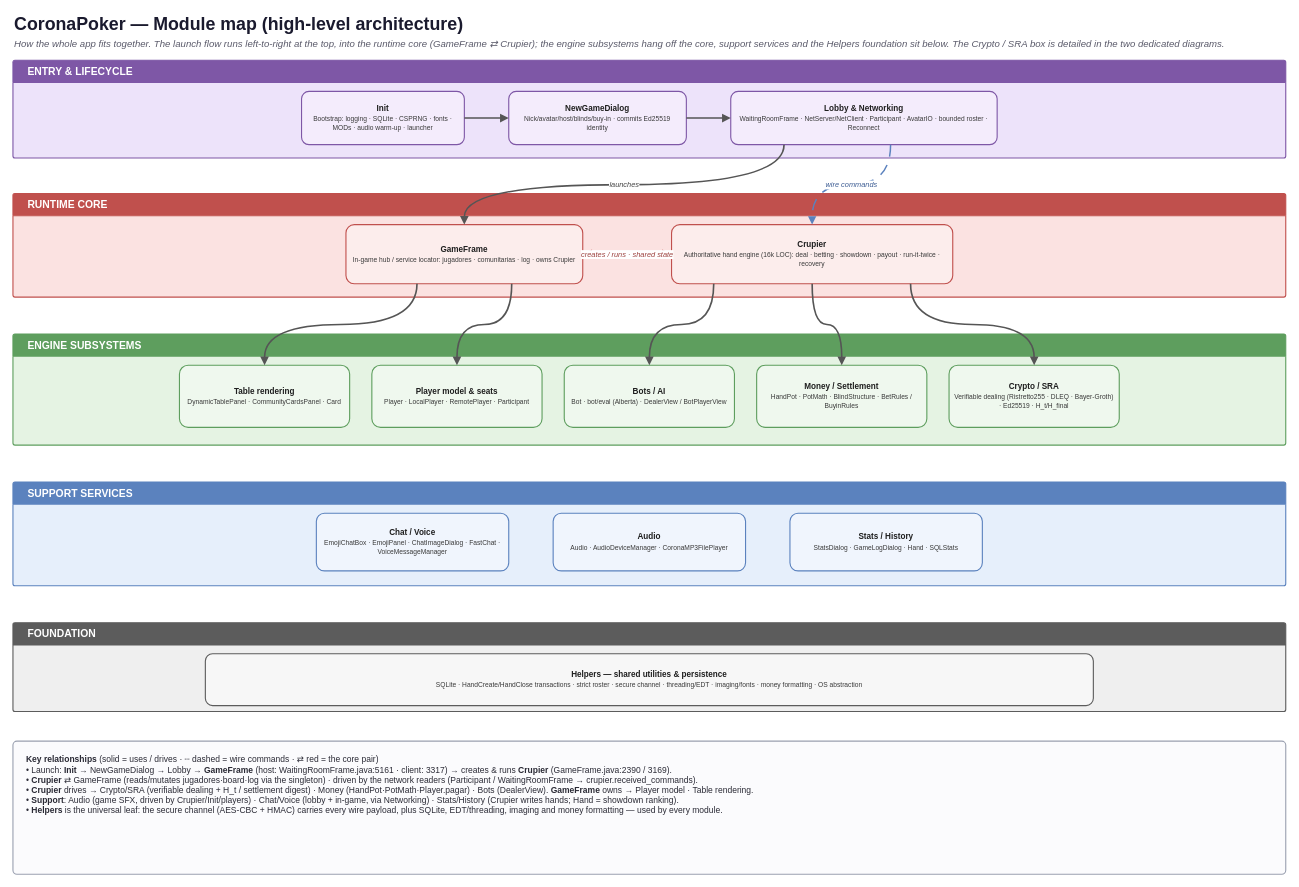
Earlier version of the draw.io diagram docs/diagrams/coronapoker-module-map.drawio (tonikelope/coronapoker). Source tidied: cells renumbered, new cells numbered last; positions are measured from the earlier drawing's top-left corner, leaving out a move shared by most shapes. Both pictures are drawn from the tidied source at 74%, with x=0, y=0 at pixel (13, 13).
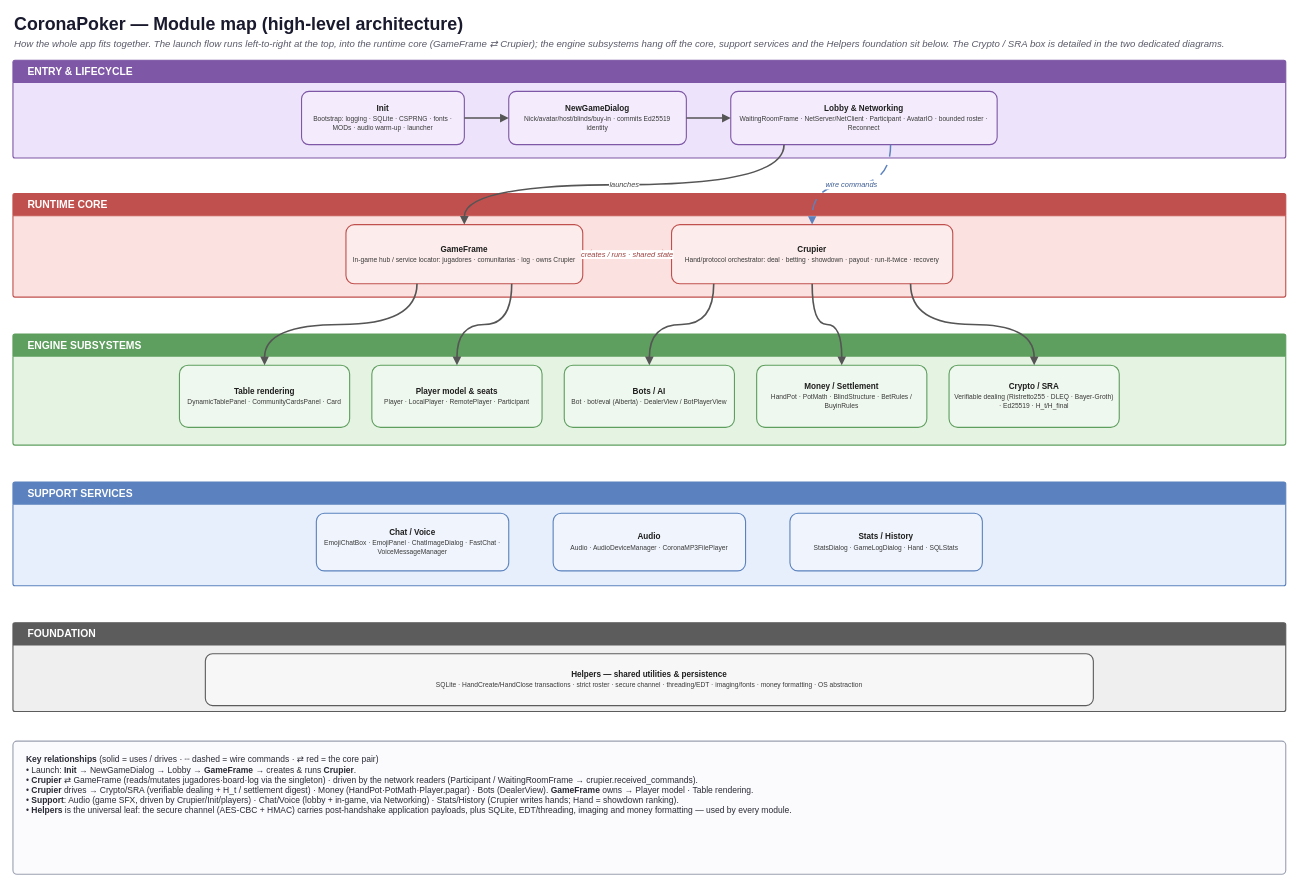
The same diagram, later.

The edit, as a diff of the source:
```diff
@@
-    <mxCell id="13" value="&lt;b&gt;Crupier&lt;/b&gt;&lt;br&gt;&lt;span style=&quot;font-size:9px;color:#3a3a3a&quot;&gt;Authoritative hand engine (16k LOC): deal · betting · showdown · payout · run-it-twice · recovery&lt;/span&gt;" style="rounded=1;arcSize=14;whiteSpace=wrap;html=1;fillColor=#FCEDEC;strokeColor=#C0504D;strokeWidth=1.5;fontColor=#1f1f1f;fontSize=11;verticalAlign=middle;align=center;spacingLeft=6;spacingRight=6;" parent="1" vertex="1">
+    <mxCell id="13" value="&lt;b&gt;Crupier&lt;/b&gt;&lt;br&gt;&lt;span style=&quot;font-size:9px;color:#3a3a3a&quot;&gt;Hand/protocol orchestrator: deal · betting · showdown · payout · run-it-twice · recovery&lt;/span&gt;" style="rounded=1;arcSize=14;whiteSpace=wrap;html=1;fillColor=#FCEDEC;strokeColor=#C0504D;strokeWidth=1.5;fontColor=#1f1f1f;fontSize=11;verticalAlign=middle;align=center;spacingLeft=6;spacingRight=6;" parent="1" vertex="1">
       <mxGeometry x="890" y="286" width="380" height="80" as="geometry" />
     </mxCell>
@@
-    <mxCell id="33" value="&lt;b&gt;Key relationships&lt;/b&gt;  (solid = uses / drives · ┄ dashed = wire commands · ⇄ red = the core pair)&lt;br&gt;• Launch: &lt;b&gt;Init&lt;/b&gt; → NewGameDialog → Lobby → &lt;b&gt;GameFrame&lt;/b&gt; (host: WaitingRoomFrame.java:5161 · client: 3317) → creates &amp;amp; runs &lt;b&gt;Crupier&lt;/b&gt; (GameFrame.java:2390 / 3169).&lt;br&gt;• &lt;b&gt;Crupier&lt;/b&gt; ⇄ GameFrame (reads/mutates jugadores·board·log via the singleton) · driven by the network readers (Participant / WaitingRoomFrame → crupier.received_commands).&lt;br&gt;• &lt;b&gt;Crupier&lt;/b&gt; drives → Crypto/SRA (verifiable dealing + H_t / settlement digest) · Money (HandPot·PotMath·Player.pagar) · Bots (DealerView).  &lt;b&gt;GameFrame&lt;/b&gt; owns → Player model · Table rendering.&lt;br&gt;• &lt;b&gt;Support&lt;/b&gt;: Audio (game SFX, driven by Crupier/Init/players) · Chat/Voice (lobby + in-game, via Networking) · Stats/History (Crupier writes hands; Hand = showdown ranking).&lt;br&gt;• &lt;b&gt;Helpers&lt;/b&gt; is the universal leaf: the secure channel (AES-CBC + HMAC) carries every wire payload, plus SQLite, EDT/threading, imaging and money formatting — used by every module." style="rounded=1;arcSize=3;whiteSpace=wrap;html=1;fillColor=#FBFBFD;strokeColor=#9aa0b0;strokeWidth=1.5;fontColor=#2a2a35;fontSize=11.5;align=left;verticalAlign=top;spacingLeft=16;spacingTop=12;spacingRight=12;" parent="1" vertex="1">
+    <mxCell id="33" value="&lt;b&gt;Key relationships&lt;/b&gt;  (solid = uses / drives · ┄ dashed = wire commands · ⇄ red = the core pair)&lt;br&gt;• Launch: &lt;b&gt;Init&lt;/b&gt; → NewGameDialog → Lobby → &lt;b&gt;GameFrame&lt;/b&gt; → creates &amp;amp; runs &lt;b&gt;Crupier&lt;/b&gt;.&lt;br&gt;• &lt;b&gt;Crupier&lt;/b&gt; ⇄ GameFrame (reads/mutates jugadores·board·log via the singleton) · driven by the network readers (Participant / WaitingRoomFrame → crupier.received_commands).&lt;br&gt;• &lt;b&gt;Crupier&lt;/b&gt; drives → Crypto/SRA (verifiable dealing + H_t / settlement digest) · Money (HandPot·PotMath·Player.pagar) · Bots (DealerView).  &lt;b&gt;GameFrame&lt;/b&gt; owns → Player model · Table rendering.&lt;br&gt;• &lt;b&gt;Support&lt;/b&gt;: Audio (game SFX, driven by Crupier/Init/players) · Chat/Voice (lobby + in-game, via Networking) · Stats/History (Crupier writes hands; Hand = showdown ranking).&lt;br&gt;• &lt;b&gt;Helpers&lt;/b&gt; is the universal leaf: the secure channel (AES-CBC + HMAC) carries post-handshake application payloads, plus SQLite, EDT/threading, imaging and money formatting — used by every module." style="rounded=1;arcSize=3;whiteSpace=wrap;html=1;fillColor=#FBFBFD;strokeColor=#9aa0b0;strokeWidth=1.5;fontColor=#2a2a35;fontSize=11.5;align=left;verticalAlign=top;spacingLeft=16;spacingTop=12;spacingRight=12;" parent="1" vertex="1">
       <mxGeometry y="984" width="1720" height="180" as="geometry" />
     </mxCell>
```
